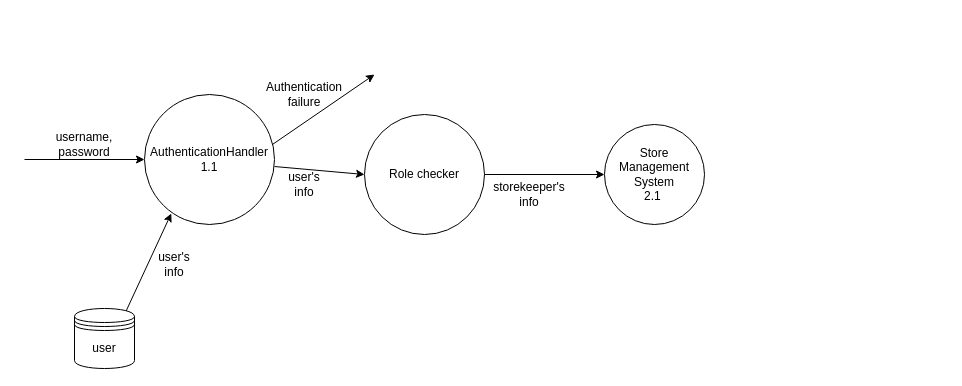
Above: Docs/Charts/Developer Panagiotis/DFD/DFD (lvl_storekeeper1).drawio in Konstantinos-Papanagnou/Project-Management (draw.io), before the change. Source tidied: cells renumbered, new cells numbered last; positions are measured from the earlier drawing's top-left corner, leaving out a move shared by most shapes. Both pictures are drawn from the tidied source at 100%, with x=0, y=0 at pixel (24, 74).
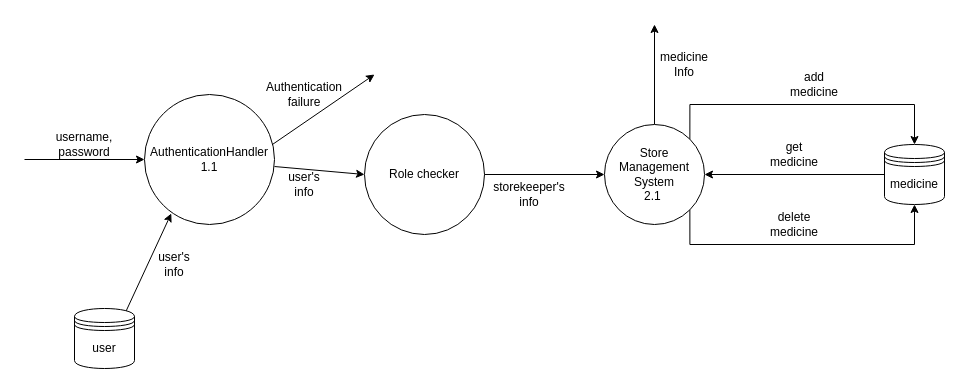
The same page after the edit.

The change refers to these unchanged cells:
```xml
<mxCell id="2" value="Store Management System&lt;br&gt;2.1&amp;nbsp;" style="ellipse;whiteSpace=wrap;html=1;" parent="1" vertex="1">
  <mxGeometry x="580" y="50" width="100" height="100" as="geometry" />
</mxCell>
```

What changed in the source:
```diff
@@
+    <mxCell id="16" style="edgeStyle=orthogonalEdgeStyle;rounded=0;jettySize=auto;html=1;exitX=1;exitY=1;exitDx=0;exitDy=0;entryX=0.5;entryY=1;entryDx=0;entryDy=0;" parent="1" edge="1" source="2" target="20">
+      <mxGeometry relative="1" as="geometry">
+        <Array as="points">
+          <mxPoint x="665" y="170" />
+          <mxPoint x="890" y="170" />
+        </Array>
+      </mxGeometry>
+    </mxCell>
+    <mxCell id="17" style="edgeStyle=orthogonalEdgeStyle;rounded=0;jettySize=auto;html=1;exitX=1;exitY=0;exitDx=0;exitDy=0;entryX=0.5;entryY=0;entryDx=0;entryDy=0;" parent="1" edge="1" source="2" target="20">
+      <mxGeometry relative="1" as="geometry">
+        <Array as="points">
+          <mxPoint x="665" y="30" />
+          <mxPoint x="890" y="30" />
+        </Array>
+      </mxGeometry>
+    </mxCell>
+    <mxCell id="18" style="edgeStyle=orthogonalEdgeStyle;rounded=0;jettySize=auto;html=1;exitX=0.5;exitY=0;exitDx=0;exitDy=0;" parent="1" edge="1" source="2">
+      <mxGeometry relative="1" as="geometry">
+        <mxPoint x="630" y="-50" as="targetPoint" />
+      </mxGeometry>
+    </mxCell>
@@
+    <mxCell id="19" style="edgeStyle=orthogonalEdgeStyle;rounded=0;jettySize=auto;html=1;exitX=0;exitY=0.5;exitDx=0;exitDy=0;" parent="1" edge="1" source="20" target="2">
+      <mxGeometry relative="1" as="geometry" />
+    </mxCell>
+    <mxCell id="20" value="medicine" style="shape=datastore;whiteSpace=wrap;html=1;" parent="1" vertex="1">
+      <mxGeometry x="860" y="70" width="60" height="60" as="geometry" />
+    </mxCell>
+    <mxCell id="21" value="add medicine" style="text;html=1;strokeColor=none;fillColor=none;align=center;verticalAlign=middle;whiteSpace=wrap;rounded=0;" parent="1" vertex="1">
+      <mxGeometry x="770" width="40" height="20" as="geometry" />
+    </mxCell>
+    <mxCell id="22" value="medicine Info" style="text;html=1;strokeColor=none;fillColor=none;align=center;verticalAlign=middle;whiteSpace=wrap;rounded=0;" parent="1" vertex="1">
+      <mxGeometry x="640" y="-20" width="40" height="20" as="geometry" />
+    </mxCell>
+    <mxCell id="23" value="get medicine" style="text;html=1;strokeColor=none;fillColor=none;align=center;verticalAlign=middle;whiteSpace=wrap;rounded=0;" parent="1" vertex="1">
+      <mxGeometry x="750" y="70" width="40" height="20" as="geometry" />
+    </mxCell>
+    <mxCell id="24" value="delete medicine&lt;br&gt;" style="text;html=1;strokeColor=none;fillColor=none;align=center;verticalAlign=middle;whiteSpace=wrap;rounded=0;" parent="1" vertex="1">
+      <mxGeometry x="750" y="140" width="40" height="20" as="geometry" />
+    </mxCell>
```
